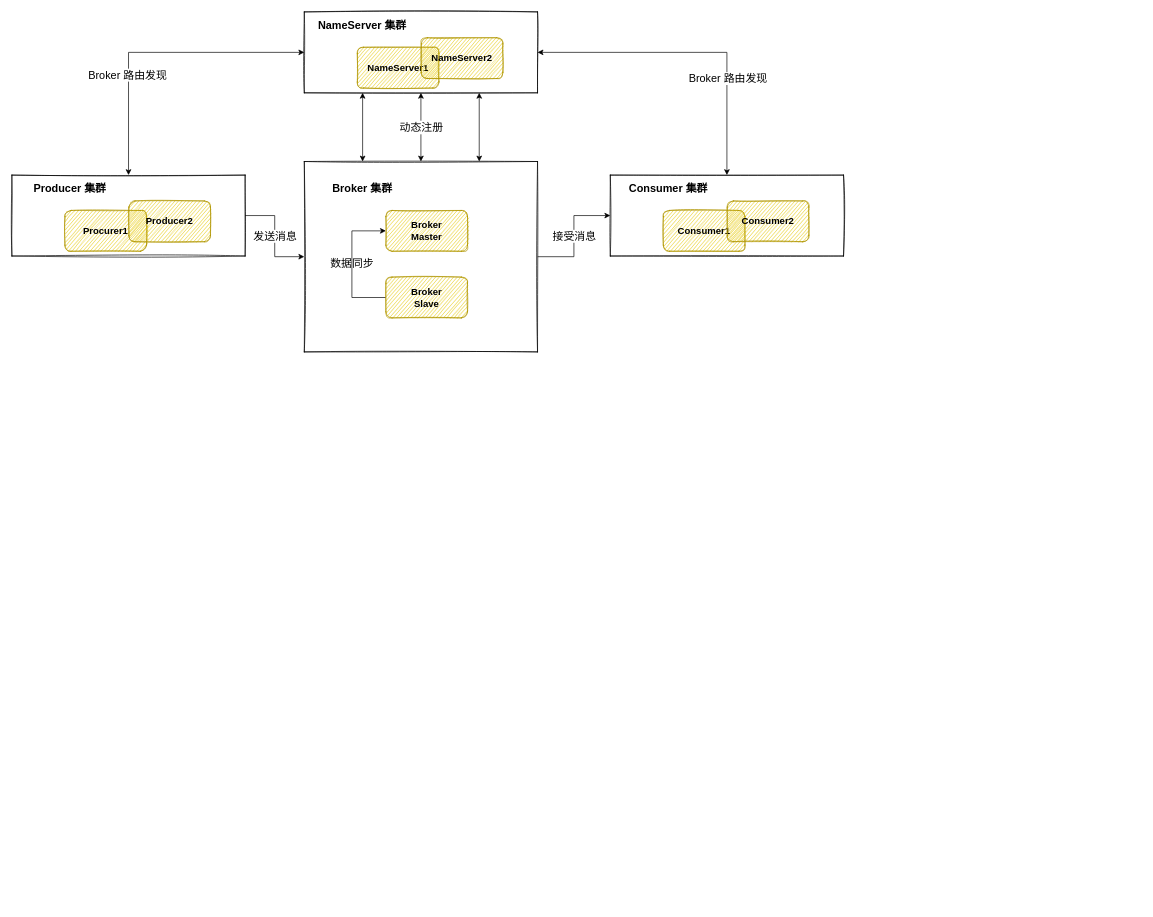
Before: RocketMQ.drawio in gelald/drawio-storage, a draw.io diagram. Source tidied: cells renumbered, new cells numbered last; positions are measured from the earlier drawing's top-left corner, leaving out a move shared by most shapes. Both pictures are drawn from the tidied source at 68%, with x=0, y=0 at pixel (12, 12).
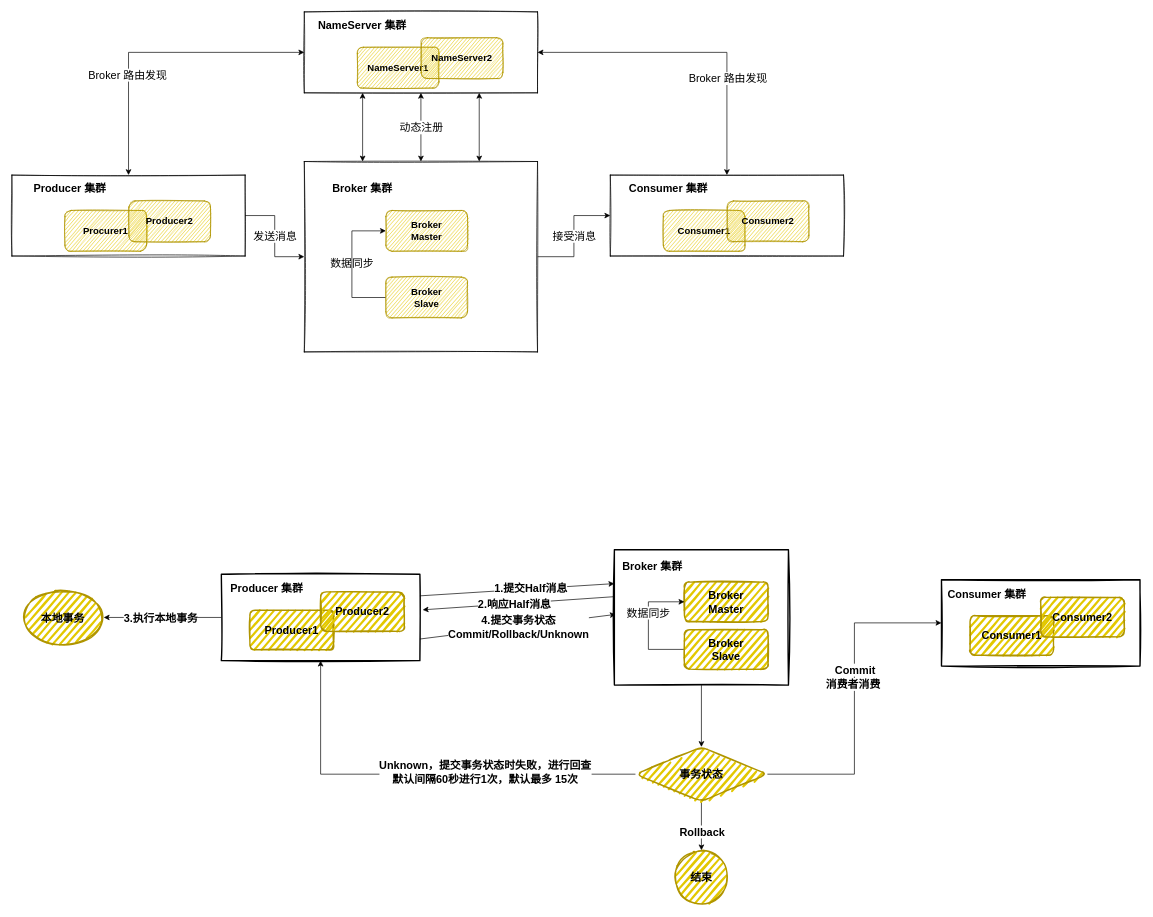
After the change.

Commit message (it also covers changes not shown here):
RocketMQ事务消息流程图

Diff of the diagram source:
```diff
@@
+    <mxCell id="35" style="group;" parent="1" vertex="1">
+      <mxGeometry x="308" y="827" width="292" height="127" as="geometry" />
+    </mxCell>
+    <mxCell id="36" value="Producer 集群" style="text;html=1;strokeColor=none;fillColor=none;align=center;verticalAlign=middle;whiteSpace=wrap;rounded=0;fontSize=16;fontStyle=1;" parent="35" vertex="1">
+      <mxGeometry x="7" y="6" width="120" height="30" as="geometry" />
+    </mxCell>
+    <mxCell id="37" value="&lt;font style=&quot;font-size: 16px;&quot; color=&quot;#000000&quot;&gt;&lt;b&gt;Producer1&lt;/b&gt;&lt;/font&gt;" style="rounded=1;whiteSpace=wrap;html=1;strokeColor=#B09500;fillColor=#e3c800;sketch=1;strokeWidth=2;fontColor=#000000;fillWeight=3;hachureGap=-2;" parent="35" vertex="1">
+      <mxGeometry x="42" y="53" width="123" height="58" as="geometry" />
+    </mxCell>
+    <mxCell id="38" value="&lt;font style=&quot;font-size: 16px;&quot; color=&quot;#000000&quot;&gt;&lt;b&gt;Producer2&lt;/b&gt;&lt;/font&gt;" style="rounded=1;whiteSpace=wrap;html=1;strokeColor=#B09500;fillColor=#e3c800;sketch=1;strokeWidth=2;fontColor=#000000;fillWeight=3;hachureGap=-2;" parent="35" vertex="1">
+      <mxGeometry x="146" y="26" width="123" height="58" as="geometry" />
+    </mxCell>
+    <mxCell id="39" style="rounded=0;whiteSpace=wrap;html=1;sketch=1;fillWeight=3;hachureGap=-2;fontFamily=Helvetica;fontSize=12;fontColor=default;strokeColor=default;strokeWidth=2;fillColor=none;verticalAlign=top;gradientColor=none;" parent="35" vertex="1">
+      <mxGeometry width="292" height="127" as="geometry" />
+    </mxCell>
+    <mxCell id="40" style="group;" parent="1" vertex="1">
+      <mxGeometry x="882" y="791" width="260" height="199" as="geometry" />
+    </mxCell>
+    <mxCell id="41" style="rounded=0;whiteSpace=wrap;html=1;sketch=1;fillWeight=3;hachureGap=-2;fontFamily=Helvetica;fontSize=12;fontColor=default;strokeColor=default;strokeWidth=2;fillColor=none;verticalAlign=top;gradientColor=none;" parent="40" vertex="1">
+      <mxGeometry x="4" width="256" height="199" as="geometry" />
+    </mxCell>
+    <mxCell id="42" value="Broker 集群" style="text;html=1;strokeColor=none;fillColor=none;align=center;verticalAlign=middle;whiteSpace=wrap;rounded=0;fontSize=16;fontStyle=1;" parent="40" vertex="1">
+      <mxGeometry y="9" width="120" height="30" as="geometry" />
+    </mxCell>
+    <mxCell id="43" value="&lt;font style=&quot;font-size: 16px;&quot; color=&quot;#000000&quot;&gt;&lt;b&gt;Broker&lt;br&gt;Master&lt;br&gt;&lt;/b&gt;&lt;/font&gt;" style="rounded=1;whiteSpace=wrap;html=1;strokeColor=#B09500;fillColor=#e3c800;sketch=1;strokeWidth=2;fontColor=#000000;fillWeight=3;hachureGap=-2;" parent="40" vertex="1">
+      <mxGeometry x="107" y="47.5" width="123" height="58" as="geometry" />
+    </mxCell>
+    <mxCell id="44" style="edgeStyle=orthogonalEdgeStyle;rounded=0;jettySize=auto;html=1;exitX=0;exitY=0.5;exitDx=0;exitDy=0;entryX=0;entryY=0.5;entryDx=0;entryDy=0;fontFamily=Helvetica;fontSize=16;fontColor=#000000;" parent="40" edge="1" source="46" target="43">
+      <mxGeometry relative="1" as="geometry">
+        <Array as="points">
+          <mxPoint x="54" y="147" />
+          <mxPoint x="54" y="77" />
+        </Array>
+      </mxGeometry>
+    </mxCell>
+    <mxCell id="45" value="数据同步" style="edgeLabel;html=1;align=center;verticalAlign=middle;fontSize=16;fontFamily=Helvetica;fontColor=#000000;" parent="44" vertex="1">
+      <mxGeometry x="0.21" y="1" relative="1" as="geometry">
+        <mxPoint y="-1" as="offset" />
+      </mxGeometry>
+    </mxCell>
+    <mxCell id="46" value="&lt;font style=&quot;font-size: 16px;&quot; color=&quot;#000000&quot;&gt;&lt;b&gt;Broker&lt;br&gt;Slave&lt;br&gt;&lt;/b&gt;&lt;/font&gt;" style="rounded=1;whiteSpace=wrap;html=1;strokeColor=#B09500;fillColor=#e3c800;sketch=1;strokeWidth=2;fontColor=#000000;fillWeight=3;hachureGap=-2;" parent="40" vertex="1">
+      <mxGeometry x="107" y="117.5" width="123" height="58" as="geometry" />
+    </mxCell>
+    <mxCell id="47" value="&lt;b style=&quot;font-size: 16px;&quot;&gt;本地事务&lt;/b&gt;" style="ellipse;whiteSpace=wrap;html=1;rounded=1;sketch=1;fillWeight=3;hachureGap=-2;fontFamily=Helvetica;fontSize=16;fontColor=#000000;strokeColor=#B09500;strokeWidth=2;fillColor=#e3c800;" parent="1" vertex="1">
+      <mxGeometry x="15" y="850.5" width="120" height="80" as="geometry" />
+    </mxCell>
+    <mxCell id="48" style="group;" parent="1" vertex="1">
+      <mxGeometry x="1367" y="835" width="292" height="127" as="geometry" />
+    </mxCell>
+    <mxCell id="49" style="rounded=0;whiteSpace=wrap;html=1;sketch=1;fillWeight=3;hachureGap=-2;fontFamily=Helvetica;fontSize=12;fontColor=default;strokeColor=default;strokeWidth=2;fillColor=none;verticalAlign=top;gradientColor=none;" parent="48" vertex="1">
+      <mxGeometry width="292" height="127" as="geometry" />
+    </mxCell>
+    <mxCell id="50" value="Consumer 集群" style="text;html=1;strokeColor=none;fillColor=none;align=center;verticalAlign=middle;whiteSpace=wrap;rounded=0;fontSize=16;fontStyle=1;" parent="48" vertex="1">
+      <mxGeometry x="7" y="6" width="120" height="30" as="geometry" />
+    </mxCell>
+    <mxCell id="51" value="&lt;font style=&quot;font-size: 16px;&quot; color=&quot;#000000&quot;&gt;&lt;b&gt;Consumer1&lt;/b&gt;&lt;/font&gt;" style="rounded=1;whiteSpace=wrap;html=1;strokeColor=#B09500;fillColor=#e3c800;sketch=1;strokeWidth=2;fontColor=#000000;fillWeight=3;hachureGap=-2;" parent="48" vertex="1">
+      <mxGeometry x="42" y="53" width="123" height="58" as="geometry" />
+    </mxCell>
+    <mxCell id="52" value="&lt;font style=&quot;font-size: 16px;&quot; color=&quot;#000000&quot;&gt;&lt;b&gt;Consumer2&lt;/b&gt;&lt;/font&gt;" style="rounded=1;whiteSpace=wrap;html=1;strokeColor=#B09500;fillColor=#e3c800;sketch=1;strokeWidth=2;fontColor=#000000;fillWeight=3;hachureGap=-2;" parent="48" vertex="1">
+      <mxGeometry x="146" y="26" width="123" height="58" as="geometry" />
+    </mxCell>
+    <mxCell id="53" style="edgeStyle=orthogonalEdgeStyle;rounded=0;jettySize=auto;html=1;exitX=0.5;exitY=1;exitDx=0;exitDy=0;fontSize=16;" parent="1" edge="1" source="60" target="62">
+      <mxGeometry relative="1" as="geometry" />
+    </mxCell>
+    <mxCell id="54" value="Rollback" style="edgeLabel;html=1;align=center;verticalAlign=middle;fontSize=16;fontStyle=1;" parent="53" vertex="1">
+      <mxGeometry x="0.23" relative="1" as="geometry" />
+    </mxCell>
+    <mxCell id="55" style="edgeStyle=orthogonalEdgeStyle;rounded=0;jettySize=auto;html=1;exitX=1;exitY=0.5;exitDx=0;exitDy=0;entryX=0;entryY=0.5;entryDx=0;entryDy=0;fontSize=16;" parent="1" edge="1" source="60" target="49">
+      <mxGeometry relative="1" as="geometry" />
+    </mxCell>
+    <mxCell id="56" value="&lt;b&gt;Commit&lt;/b&gt;" style="edgeLabel;html=1;align=center;verticalAlign=middle;fontSize=16;" parent="55" vertex="1">
+      <mxGeometry x="0.18" relative="1" as="geometry" />
+    </mxCell>
+    <mxCell id="57" value="&lt;b&gt;消费者消费&lt;/b&gt;" style="edgeLabel;html=1;align=center;verticalAlign=middle;fontSize=16;" parent="55" vertex="1">
+      <mxGeometry x="0.09" y="3" relative="1" as="geometry" />
+    </mxCell>
+    <mxCell id="58" style="edgeStyle=orthogonalEdgeStyle;rounded=0;jettySize=auto;html=1;exitX=0;exitY=0.5;exitDx=0;exitDy=0;entryX=0.5;entryY=1;entryDx=0;entryDy=0;fontSize=16;" parent="1" edge="1" source="60" target="39">
+      <mxGeometry relative="1" as="geometry" />
+    </mxCell>
+    <mxCell id="59" value="&lt;b&gt;Unknown，提交事务状态时失败，进行回查&lt;br&gt;默认间隔60秒进行1次，默认最多 15次&lt;/b&gt;" style="edgeLabel;html=1;align=center;verticalAlign=middle;fontSize=16;" parent="58" vertex="1">
+      <mxGeometry x="0.03" y="-5" relative="1" as="geometry">
+        <mxPoint x="102" y="1" as="offset" />
+      </mxGeometry>
+    </mxCell>
+    <mxCell id="60" value="&lt;font style=&quot;font-size: 16px;&quot;&gt;&lt;b&gt;事务状态&lt;/b&gt;&lt;/font&gt;" style="rhombus;whiteSpace=wrap;html=1;fillColor=#e3c800;strokeColor=#B09500;fontColor=#000000;rounded=1;sketch=1;strokeWidth=2;fillWeight=3;hachureGap=-2;" parent="1" vertex="1">
+      <mxGeometry x="917" y="1081" width="194" height="80" as="geometry" />
+    </mxCell>
+    <mxCell id="61" style="edgeStyle=orthogonalEdgeStyle;rounded=0;jettySize=auto;html=1;entryX=0.5;entryY=0;entryDx=0;entryDy=0;fontSize=16;" parent="1" edge="1" source="41" target="60">
+      <mxGeometry relative="1" as="geometry" />
+    </mxCell>
+    <mxCell id="62" value="&lt;font style=&quot;font-size: 16px;&quot;&gt;&lt;b&gt;结束&lt;/b&gt;&lt;/font&gt;" style="ellipse;whiteSpace=wrap;html=1;fontSize=12;fillColor=#e3c800;strokeColor=#B09500;fontColor=#000000;rounded=1;sketch=1;strokeWidth=2;fillWeight=3;hachureGap=-2;" parent="1" vertex="1">
+      <mxGeometry x="974" y="1233" width="80" height="80" as="geometry" />
+    </mxCell>
+    <mxCell id="63" style="rounded=0;jettySize=auto;html=1;exitX=1;exitY=0.25;exitDx=0;exitDy=0;entryX=0;entryY=0.25;entryDx=0;entryDy=0;fontSize=16;" parent="1" edge="1" source="39" target="41">
+      <mxGeometry relative="1" as="geometry" />
+    </mxCell>
+    <mxCell id="64" value="&lt;b&gt;1.提交Half消息&lt;/b&gt;" style="edgeLabel;html=1;align=center;verticalAlign=middle;fontSize=16;" parent="63" vertex="1">
+      <mxGeometry x="0.24" y="-1" relative="1" as="geometry">
+        <mxPoint x="-15" y="-1" as="offset" />
+      </mxGeometry>
+    </mxCell>
+    <mxCell id="65" style="edgeStyle=none;rounded=0;jettySize=auto;html=1;exitX=0;exitY=0.5;exitDx=0;exitDy=0;entryX=1;entryY=0.5;entryDx=0;entryDy=0;fontSize=16;" parent="1" edge="1" source="39" target="47">
+      <mxGeometry relative="1" as="geometry" />
+    </mxCell>
+    <mxCell id="66" value="&lt;b&gt;3.执行本地事务&lt;/b&gt;" style="edgeLabel;html=1;align=center;verticalAlign=middle;fontSize=16;" parent="65" vertex="1">
+      <mxGeometry x="0.24" y="-1" relative="1" as="geometry">
+        <mxPoint x="17" y="1" as="offset" />
+      </mxGeometry>
+    </mxCell>
+    <mxCell id="67" style="endArrow=classic;html=1;rounded=0;fontSize=16;entryX=1.014;entryY=0.412;entryDx=0;entryDy=0;entryPerimeter=0;exitX=-0.005;exitY=0.347;exitDx=0;exitDy=0;exitPerimeter=0;" parent="1" edge="1" source="41" target="39">
+      <mxGeometry relative="1" as="geometry" />
+    </mxCell>
+    <mxCell id="68" value="&lt;b&gt;2.响应Half消息&lt;/b&gt;" style="edgeLabel;html=1;align=center;verticalAlign=middle;fontSize=16;" parent="67" vertex="1">
+      <mxGeometry x="0.21" y="3" relative="1" as="geometry">
+        <mxPoint x="23" y="-4" as="offset" />
+      </mxGeometry>
+    </mxCell>
+    <mxCell id="69" style="edgeStyle=none;rounded=0;jettySize=auto;html=1;exitX=1;exitY=0.75;exitDx=0;exitDy=0;fontSize=16;" parent="1" edge="1" source="39">
+      <mxGeometry relative="1" as="geometry">
+        <mxPoint x="888" y="886" as="targetPoint" />
+      </mxGeometry>
+    </mxCell>
+    <mxCell id="70" value="&lt;b&gt;4.提交事务状态&lt;br&gt;Commit/Rollback/Unknown&lt;/b&gt;" style="edgeLabel;html=1;align=center;verticalAlign=middle;fontSize=16;" parent="69" vertex="1">
+      <mxGeometry x="-0.42" y="1" relative="1" as="geometry">
+        <mxPoint x="61" y="-6" as="offset" />
+      </mxGeometry>
+    </mxCell>
```
